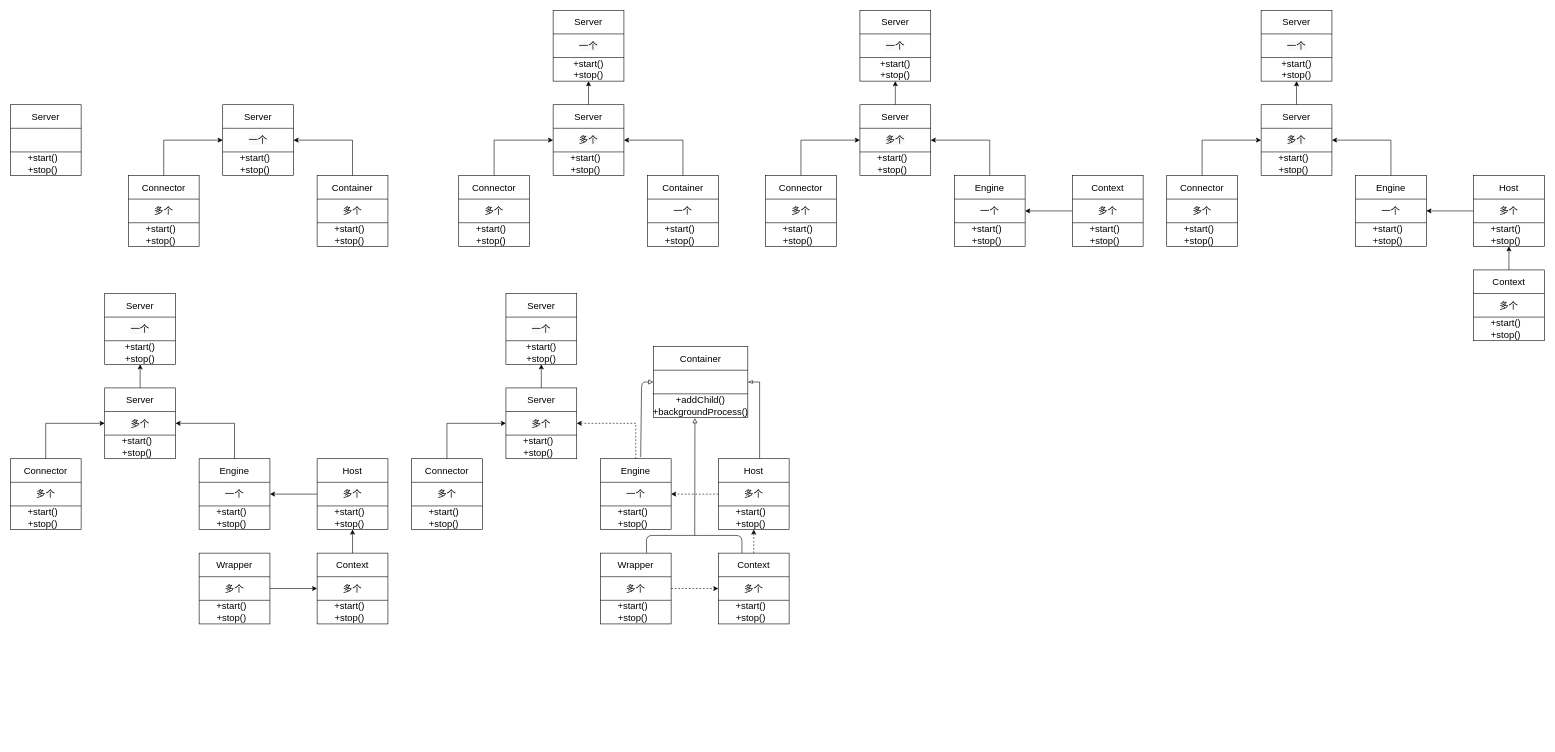
Before: 第二章 Tomcat总体架构/应用服务器.drawio in useager/Tomcat-, a draw.io diagram. Source tidied: cells renumbered, new cells numbered last; positions are measured from the earlier drawing's top-left corner, leaving out a move shared by most shapes. Both pictures are drawn from the tidied source at 59%, with x=0, y=0 at pixel (10, 10).
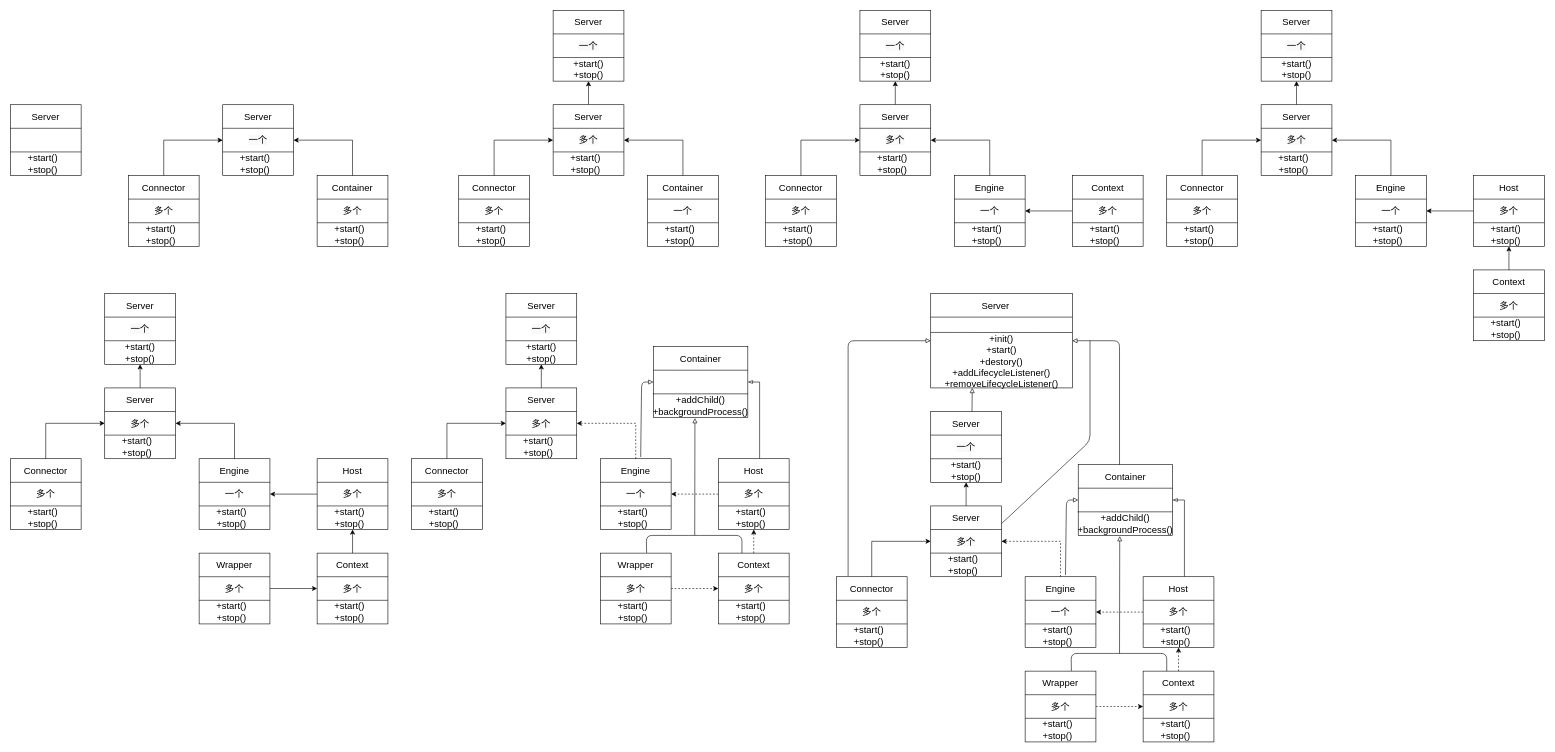
Above is the later version.

Commit message:
更新应用服务器.drawio

Change to the diagram source:
```diff
@@
+    <mxCell id="202" style="edgeStyle=orthogonalEdgeStyle;rounded=0;jettySize=auto;html=1;fontSize=16;entryX=0.5;entryY=1;entryDx=0;entryDy=0;" parent="1" edge="1" source="203" target="220">
+      <mxGeometry relative="1" as="geometry" />
+    </mxCell>
+    <mxCell id="203" value="&lt;span style=&quot;color: rgb(0 , 0 , 0) ; font-family: &amp;#34;helvetica&amp;#34; ; font-size: 16px ; font-style: normal ; font-weight: 400 ; letter-spacing: normal ; text-align: center ; text-indent: 0px ; text-transform: none ; word-spacing: 0px ; background-color: rgb(248 , 249 , 250) ; display: inline ; float: none&quot;&gt;多个&lt;/span&gt;" style="rounded=0;whiteSpace=wrap;html=1;" parent="1" vertex="1">
+      <mxGeometry x="1560" y="840" width="120" height="120" as="geometry" />
+    </mxCell>
+    <mxCell id="204" style="endArrow=none;html=1;exitX=0;exitY=0.333;exitDx=0;exitDy=0;exitPerimeter=0;" parent="1" edge="1" source="203">
+      <mxGeometry relative="1" as="geometry">
+        <mxPoint x="1680" y="880" as="targetPoint" />
+      </mxGeometry>
+    </mxCell>
+    <mxCell id="205" style="endArrow=none;html=1;exitX=0;exitY=0.333;exitDx=0;exitDy=0;exitPerimeter=0;" parent="1" edge="1">
+      <mxGeometry relative="1" as="geometry">
+        <mxPoint x="1560" y="920" as="sourcePoint" />
+        <mxPoint x="1680" y="920" as="targetPoint" />
+      </mxGeometry>
+    </mxCell>
+    <mxCell id="206" value="+start()&lt;br&gt;+stop()" style="text;html=1;strokeColor=none;fillColor=none;align=center;verticalAlign=middle;whiteSpace=wrap;rounded=0;fontSize=16;" parent="1" vertex="1">
+      <mxGeometry x="1570" y="920" width="90" height="40" as="geometry" />
+    </mxCell>
+    <mxCell id="207" value="Server" style="text;html=1;strokeColor=none;fillColor=none;align=center;verticalAlign=middle;whiteSpace=wrap;rounded=0;fontSize=16;" parent="1" vertex="1">
+      <mxGeometry x="1590" y="840" width="60" height="40" as="geometry" />
+    </mxCell>
+    <mxCell id="208" value="&lt;span style=&quot;font-size: 16px&quot;&gt;一个&lt;/span&gt;" style="rounded=0;whiteSpace=wrap;html=1;" parent="1" vertex="1">
+      <mxGeometry x="1720" y="960" width="120" height="120" as="geometry" />
+    </mxCell>
+    <mxCell id="209" style="endArrow=none;html=1;exitX=0;exitY=0.333;exitDx=0;exitDy=0;exitPerimeter=0;" parent="1" edge="1" source="208">
+      <mxGeometry relative="1" as="geometry">
+        <mxPoint x="1840" y="1000" as="targetPoint" />
+      </mxGeometry>
+    </mxCell>
+    <mxCell id="210" style="endArrow=none;html=1;exitX=0;exitY=0.333;exitDx=0;exitDy=0;exitPerimeter=0;" parent="1" edge="1">
+      <mxGeometry relative="1" as="geometry">
+        <mxPoint x="1720" y="1040" as="sourcePoint" />
+        <mxPoint x="1840" y="1040" as="targetPoint" />
+      </mxGeometry>
+    </mxCell>
+    <mxCell id="211" value="+start()&lt;br&gt;+stop()" style="text;html=1;strokeColor=none;fillColor=none;align=center;verticalAlign=middle;whiteSpace=wrap;rounded=0;fontSize=16;" parent="1" vertex="1">
+      <mxGeometry x="1730" y="1040" width="90" height="40" as="geometry" />
+    </mxCell>
+    <mxCell id="212" style="edgeStyle=orthogonalEdgeStyle;rounded=0;jettySize=auto;html=1;entryX=1;entryY=0.5;entryDx=0;entryDy=0;fontSize=16;exitX=0.5;exitY=0;exitDx=0;exitDy=0;dashed=1;" parent="1" edge="1" source="213" target="203">
+      <mxGeometry relative="1" as="geometry">
+        <Array as="points">
+          <mxPoint x="1780" y="900" />
+        </Array>
+      </mxGeometry>
+    </mxCell>
+    <mxCell id="213" value="Engine" style="text;html=1;strokeColor=none;fillColor=none;align=center;verticalAlign=middle;whiteSpace=wrap;rounded=0;fontSize=16;" parent="1" vertex="1">
+      <mxGeometry x="1750" y="960" width="60" height="40" as="geometry" />
+    </mxCell>
+    <mxCell id="214" value="&lt;font style=&quot;font-size: 16px&quot;&gt;多个&lt;/font&gt;" style="rounded=0;whiteSpace=wrap;html=1;" parent="1" vertex="1">
+      <mxGeometry x="1400" y="960" width="120" height="120" as="geometry" />
+    </mxCell>
+    <mxCell id="215" style="endArrow=none;html=1;exitX=0;exitY=0.333;exitDx=0;exitDy=0;exitPerimeter=0;" parent="1" edge="1" source="214">
+      <mxGeometry relative="1" as="geometry">
+        <mxPoint x="1520" y="1000" as="targetPoint" />
+      </mxGeometry>
+    </mxCell>
+    <mxCell id="216" style="endArrow=none;html=1;exitX=0;exitY=0.333;exitDx=0;exitDy=0;exitPerimeter=0;" parent="1" edge="1">
+      <mxGeometry relative="1" as="geometry">
+        <mxPoint x="1400" y="1040" as="sourcePoint" />
+        <mxPoint x="1520" y="1040" as="targetPoint" />
+      </mxGeometry>
+    </mxCell>
+    <mxCell id="217" value="+start()&lt;br&gt;+stop()" style="text;html=1;strokeColor=none;fillColor=none;align=center;verticalAlign=middle;whiteSpace=wrap;rounded=0;fontSize=16;" parent="1" vertex="1">
+      <mxGeometry x="1410" y="1040" width="90" height="40" as="geometry" />
+    </mxCell>
+    <mxCell id="218" style="edgeStyle=orthogonalEdgeStyle;rounded=0;jettySize=auto;html=1;entryX=0;entryY=0.5;entryDx=0;entryDy=0;fontSize=16;" parent="1" edge="1" source="219" target="203">
+      <mxGeometry relative="1" as="geometry">
+        <Array as="points">
+          <mxPoint x="1460" y="900" />
+        </Array>
+      </mxGeometry>
+    </mxCell>
+    <mxCell id="219" value="Connector" style="text;html=1;strokeColor=none;fillColor=none;align=center;verticalAlign=middle;whiteSpace=wrap;rounded=0;fontSize=16;" parent="1" vertex="1">
+      <mxGeometry x="1430" y="960" width="60" height="40" as="geometry" />
+    </mxCell>
+    <mxCell id="220" value="&lt;span style=&quot;color: rgb(0 , 0 , 0) ; font-family: &amp;#34;helvetica&amp;#34; ; font-size: 16px ; font-style: normal ; font-weight: 400 ; letter-spacing: normal ; text-align: center ; text-indent: 0px ; text-transform: none ; word-spacing: 0px ; background-color: rgb(248 , 249 , 250) ; display: inline ; float: none&quot;&gt;一个&lt;/span&gt;" style="rounded=0;whiteSpace=wrap;html=1;" parent="1" vertex="1">
+      <mxGeometry x="1560" y="680" width="120" height="120" as="geometry" />
+    </mxCell>
+    <mxCell id="221" style="endArrow=none;html=1;exitX=0;exitY=0.333;exitDx=0;exitDy=0;exitPerimeter=0;" parent="1" edge="1" source="220">
+      <mxGeometry relative="1" as="geometry">
+        <mxPoint x="1680" y="720" as="targetPoint" />
+      </mxGeometry>
+    </mxCell>
+    <mxCell id="222" style="endArrow=none;html=1;exitX=0;exitY=0.333;exitDx=0;exitDy=0;exitPerimeter=0;" parent="1" edge="1">
+      <mxGeometry relative="1" as="geometry">
+        <mxPoint x="1560" y="760" as="sourcePoint" />
+        <mxPoint x="1680" y="760" as="targetPoint" />
+      </mxGeometry>
+    </mxCell>
+    <mxCell id="223" value="+start()&lt;br&gt;+stop()" style="text;html=1;strokeColor=none;fillColor=none;align=center;verticalAlign=middle;whiteSpace=wrap;rounded=0;fontSize=16;" parent="1" vertex="1">
+      <mxGeometry x="1580" y="760" width="80" height="40" as="geometry" />
+    </mxCell>
+    <mxCell id="224" value="Server" style="text;html=1;strokeColor=none;fillColor=none;align=center;verticalAlign=middle;whiteSpace=wrap;rounded=0;fontSize=16;" parent="1" vertex="1">
+      <mxGeometry x="1590" y="680" width="60" height="40" as="geometry" />
+    </mxCell>
+    <mxCell id="225" style="edgeStyle=orthogonalEdgeStyle;rounded=0;jettySize=auto;html=1;fontSize=16;entryX=1;entryY=0.5;entryDx=0;entryDy=0;dashed=1;" parent="1" edge="1" source="227" target="208">
+      <mxGeometry relative="1" as="geometry" />
+    </mxCell>
+    <mxCell id="226" style="edgeStyle=orthogonalEdgeStyle;rounded=0;jettySize=auto;html=1;entryX=1;entryY=0.5;entryDx=0;entryDy=0;endArrow=blockThin;endFill=0;fontSize=16;" parent="1" edge="1" source="227" target="244">
+      <mxGeometry relative="1" as="geometry">
+        <Array as="points">
+          <mxPoint x="1990" y="830" />
+        </Array>
+      </mxGeometry>
+    </mxCell>
+    <mxCell id="227" value="&lt;span style=&quot;font-size: 16px&quot;&gt;多个&lt;/span&gt;" style="rounded=0;whiteSpace=wrap;html=1;" parent="1" vertex="1">
+      <mxGeometry x="1920" y="960" width="120" height="120" as="geometry" />
+    </mxCell>
+    <mxCell id="228" style="endArrow=none;html=1;exitX=0;exitY=0.333;exitDx=0;exitDy=0;exitPerimeter=0;" parent="1" edge="1" source="227">
+      <mxGeometry relative="1" as="geometry">
+        <mxPoint x="2040" y="1000" as="targetPoint" />
+      </mxGeometry>
+    </mxCell>
+    <mxCell id="229" style="endArrow=none;html=1;exitX=0;exitY=0.333;exitDx=0;exitDy=0;exitPerimeter=0;" parent="1" edge="1">
+      <mxGeometry relative="1" as="geometry">
+        <mxPoint x="1920" y="1040" as="sourcePoint" />
+        <mxPoint x="2040" y="1040" as="targetPoint" />
+      </mxGeometry>
+    </mxCell>
+    <mxCell id="230" value="+start()&lt;br&gt;+stop()" style="text;html=1;strokeColor=none;fillColor=none;align=center;verticalAlign=middle;whiteSpace=wrap;rounded=0;fontSize=16;" parent="1" vertex="1">
+      <mxGeometry x="1930" y="1040" width="90" height="40" as="geometry" />
+    </mxCell>
+    <mxCell id="231" value="Host" style="text;html=1;strokeColor=none;fillColor=none;align=center;verticalAlign=middle;whiteSpace=wrap;rounded=0;fontSize=16;" parent="1" vertex="1">
+      <mxGeometry x="1950" y="960" width="60" height="40" as="geometry" />
+    </mxCell>
+    <mxCell id="232" value="&lt;span style=&quot;font-size: 16px&quot;&gt;多个&lt;/span&gt;" style="rounded=0;whiteSpace=wrap;html=1;" parent="1" vertex="1">
+      <mxGeometry x="1920" y="1120" width="120" height="120" as="geometry" />
+    </mxCell>
+    <mxCell id="233" style="endArrow=none;html=1;exitX=0;exitY=0.333;exitDx=0;exitDy=0;exitPerimeter=0;" parent="1" edge="1" source="232">
+      <mxGeometry relative="1" as="geometry">
+        <mxPoint x="2040" y="1160" as="targetPoint" />
+      </mxGeometry>
+    </mxCell>
+    <mxCell id="234" style="endArrow=none;html=1;exitX=0;exitY=0.333;exitDx=0;exitDy=0;exitPerimeter=0;" parent="1" edge="1">
+      <mxGeometry relative="1" as="geometry">
+        <mxPoint x="1920" y="1200" as="sourcePoint" />
+        <mxPoint x="2040" y="1200" as="targetPoint" />
+      </mxGeometry>
+    </mxCell>
+    <mxCell id="235" value="+start()&lt;br&gt;+stop()" style="text;html=1;strokeColor=none;fillColor=none;align=center;verticalAlign=middle;whiteSpace=wrap;rounded=0;fontSize=16;" parent="1" vertex="1">
+      <mxGeometry x="1930" y="1200" width="90" height="40" as="geometry" />
+    </mxCell>
+    <mxCell id="236" style="edgeStyle=orthogonalEdgeStyle;rounded=0;jettySize=auto;html=1;entryX=0.556;entryY=1;entryDx=0;entryDy=0;entryPerimeter=0;fontSize=16;dashed=1;" parent="1" edge="1" source="237" target="230">
+      <mxGeometry relative="1" as="geometry" />
+    </mxCell>
+    <mxCell id="237" value="Context" style="text;html=1;strokeColor=none;fillColor=none;align=center;verticalAlign=middle;whiteSpace=wrap;rounded=0;fontSize=16;" parent="1" vertex="1">
+      <mxGeometry x="1950" y="1120" width="60" height="40" as="geometry" />
+    </mxCell>
+    <mxCell id="238" style="edgeStyle=orthogonalEdgeStyle;rounded=0;jettySize=auto;html=1;entryX=0;entryY=0.5;entryDx=0;entryDy=0;fontSize=16;dashed=1;" parent="1" edge="1" source="239" target="232">
+      <mxGeometry relative="1" as="geometry" />
+    </mxCell>
+    <mxCell id="239" value="&lt;span style=&quot;font-size: 16px&quot;&gt;多个&lt;/span&gt;" style="rounded=0;whiteSpace=wrap;html=1;" parent="1" vertex="1">
+      <mxGeometry x="1720" y="1120" width="120" height="120" as="geometry" />
+    </mxCell>
+    <mxCell id="240" style="endArrow=none;html=1;exitX=0;exitY=0.333;exitDx=0;exitDy=0;exitPerimeter=0;" parent="1" edge="1" source="239">
+      <mxGeometry relative="1" as="geometry">
+        <mxPoint x="1840" y="1160" as="targetPoint" />
+      </mxGeometry>
+    </mxCell>
+    <mxCell id="241" style="endArrow=none;html=1;exitX=0;exitY=0.333;exitDx=0;exitDy=0;exitPerimeter=0;" parent="1" edge="1">
+      <mxGeometry relative="1" as="geometry">
+        <mxPoint x="1720" y="1200" as="sourcePoint" />
+        <mxPoint x="1840" y="1200" as="targetPoint" />
+      </mxGeometry>
+    </mxCell>
+    <mxCell id="242" value="+start()&lt;br&gt;+stop()" style="text;html=1;strokeColor=none;fillColor=none;align=center;verticalAlign=middle;whiteSpace=wrap;rounded=0;fontSize=16;" parent="1" vertex="1">
+      <mxGeometry x="1730" y="1200" width="90" height="40" as="geometry" />
+    </mxCell>
+    <mxCell id="243" value="Wrapper" style="text;html=1;strokeColor=none;fillColor=none;align=center;verticalAlign=middle;whiteSpace=wrap;rounded=0;fontSize=16;" parent="1" vertex="1">
+      <mxGeometry x="1750" y="1120" width="60" height="40" as="geometry" />
+    </mxCell>
+    <mxCell id="244" style="rounded=0;whiteSpace=wrap;html=1;" parent="1" vertex="1">
+      <mxGeometry x="1810" y="770" width="160" height="120" as="geometry" />
+    </mxCell>
+    <mxCell id="245" style="endArrow=none;html=1;exitX=0;exitY=0.333;exitDx=0;exitDy=0;exitPerimeter=0;" parent="1" edge="1" source="244">
+      <mxGeometry relative="1" as="geometry">
+        <mxPoint x="1970" y="810" as="targetPoint" />
+      </mxGeometry>
+    </mxCell>
+    <mxCell id="246" style="endArrow=none;html=1;exitX=-0.007;exitY=0.667;exitDx=0;exitDy=0;exitPerimeter=0;" parent="1" edge="1" source="244">
+      <mxGeometry relative="1" as="geometry">
+        <mxPoint x="1970" y="850" as="targetPoint" />
+      </mxGeometry>
+    </mxCell>
+    <mxCell id="247" value="+addChild()&lt;br&gt;+backgroundProcess()" style="text;html=1;strokeColor=none;fillColor=none;align=center;verticalAlign=middle;whiteSpace=wrap;rounded=0;fontSize=16;" parent="1" vertex="1">
+      <mxGeometry x="1845" y="850" width="90" height="40" as="geometry" />
+    </mxCell>
+    <mxCell id="248" value="Container" style="text;html=1;strokeColor=none;fillColor=none;align=center;verticalAlign=middle;whiteSpace=wrap;rounded=0;fontSize=16;" parent="1" vertex="1">
+      <mxGeometry x="1860" y="770" width="60" height="40" as="geometry" />
+    </mxCell>
+    <mxCell id="249" style="endArrow=block;html=1;fontSize=16;entryX=0;entryY=0.5;entryDx=0;entryDy=0;exitX=0.64;exitY=-0.07;exitDx=0;exitDy=0;exitPerimeter=0;endFill=0;" parent="1" edge="1" source="213" target="244">
+      <mxGeometry relative="1" as="geometry">
+        <Array as="points">
+          <mxPoint x="1790" y="830" />
+        </Array>
+      </mxGeometry>
+    </mxCell>
+    <mxCell id="250" style="endArrow=none;html=1;fontSize=16;entryX=0.167;entryY=0;entryDx=0;entryDy=0;entryPerimeter=0;exitX=0.807;exitY=-0.01;exitDx=0;exitDy=0;exitPerimeter=0;" parent="1" edge="1" source="243" target="237">
+      <mxGeometry relative="1" as="geometry">
+        <Array as="points">
+          <mxPoint x="1798" y="1090" />
+          <mxPoint x="1880" y="1090" />
+          <mxPoint x="1960" y="1090" />
+        </Array>
+      </mxGeometry>
+    </mxCell>
+    <mxCell id="251" style="endArrow=block;html=1;fontSize=16;entryX=0.393;entryY=1.03;entryDx=0;entryDy=0;entryPerimeter=0;endFill=0;" parent="1" edge="1" target="247">
+      <mxGeometry relative="1" as="geometry">
+        <mxPoint x="1880" y="1090" as="sourcePoint" />
+      </mxGeometry>
+    </mxCell>
+    <mxCell id="252" style="rounded=0;whiteSpace=wrap;html=1;" parent="1" vertex="1">
+      <mxGeometry x="1560" y="480" width="240" height="160" as="geometry" />
+    </mxCell>
+    <mxCell id="253" style="endArrow=none;html=1;exitX=0;exitY=0.25;exitDx=0;exitDy=0;entryX=1;entryY=0.25;entryDx=0;entryDy=0;" parent="1" edge="1" source="252" target="252">
+      <mxGeometry relative="1" as="geometry" />
+    </mxCell>
+    <mxCell id="254" style="endArrow=none;html=1;entryX=1;entryY=0.413;entryDx=0;entryDy=0;entryPerimeter=0;" parent="1" edge="1" target="252">
+      <mxGeometry relative="1" as="geometry">
+        <mxPoint x="1560" y="546" as="sourcePoint" />
+      </mxGeometry>
+    </mxCell>
+    <mxCell id="255" value="+init()&lt;br&gt;+start()&lt;br&gt;+destory()&lt;br&gt;+addLifecycleListener()&lt;br&gt;+removeLifecycleListener()" style="text;html=1;strokeColor=none;fillColor=none;align=center;verticalAlign=middle;whiteSpace=wrap;rounded=0;fontSize=16;" parent="1" vertex="1">
+      <mxGeometry x="1570" y="580" width="220" height="30" as="geometry" />
+    </mxCell>
+    <mxCell id="256" value="Server" style="text;html=1;strokeColor=none;fillColor=none;align=center;verticalAlign=middle;whiteSpace=wrap;rounded=0;fontSize=16;" parent="1" vertex="1">
+      <mxGeometry x="1640" y="480" width="60" height="40" as="geometry" />
+    </mxCell>
+    <mxCell id="257" style="endArrow=block;html=1;fontSize=16;entryX=0;entryY=0.5;entryDx=0;entryDy=0;endFill=0;" parent="1" edge="1" target="252">
+      <mxGeometry relative="1" as="geometry">
+        <mxPoint x="1420" y="958.8" as="sourcePoint" />
+        <Array as="points">
+          <mxPoint x="1420" y="560" />
+        </Array>
+      </mxGeometry>
+    </mxCell>
+    <mxCell id="258" style="endArrow=block;html=1;fontSize=16;entryX=1;entryY=0.5;entryDx=0;entryDy=0;endFill=0;" parent="1" edge="1" target="252">
+      <mxGeometry relative="1" as="geometry">
+        <mxPoint x="1880" y="770" as="sourcePoint" />
+        <Array as="points">
+          <mxPoint x="1880" y="560" />
+        </Array>
+      </mxGeometry>
+    </mxCell>
+    <mxCell id="259" style="endArrow=none;html=1;" parent="1" edge="1">
+      <mxGeometry relative="1" as="geometry">
+        <mxPoint x="1680" y="870" as="sourcePoint" />
+        <mxPoint x="1830" y="560" as="targetPoint" />
+        <Array as="points">
+          <mxPoint x="1830" y="730" />
+        </Array>
+      </mxGeometry>
+    </mxCell>
+    <mxCell id="260" style="endArrow=block;html=1;fontSize=16;entryX=0.393;entryY=1.03;entryDx=0;entryDy=0;entryPerimeter=0;endFill=0;" parent="1" edge="1">
+      <mxGeometry relative="1" as="geometry">
+        <mxPoint x="1630" y="680" as="sourcePoint" />
+        <mxPoint x="1630.4" y="640" as="targetPoint" />
+      </mxGeometry>
+    </mxCell>
```
